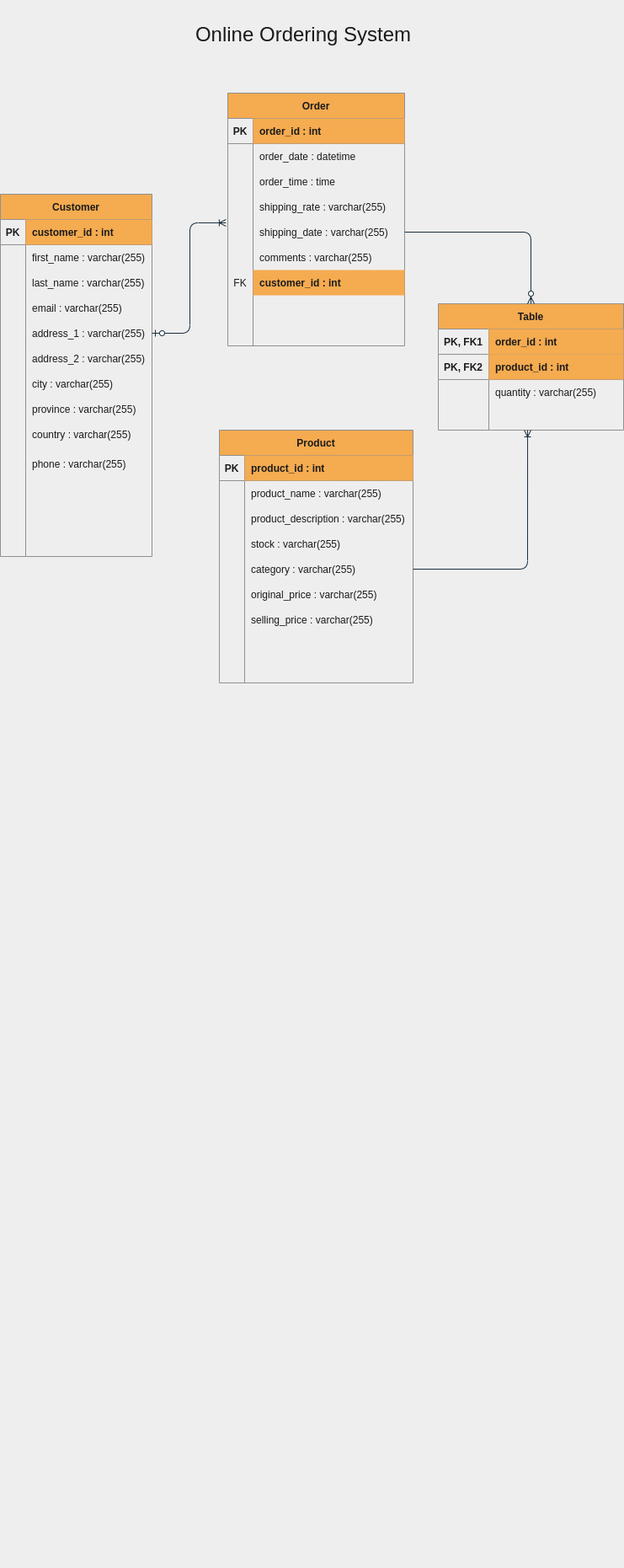
bloomkaboom/pos-dev keeps this draw.io diagram as pos_erd.png. Above is the earlier version. Source tidied: cells renumbered, new cells last; positions are measured from the earlier drawing's top-left corner, leaving out a move shared by most shapes.
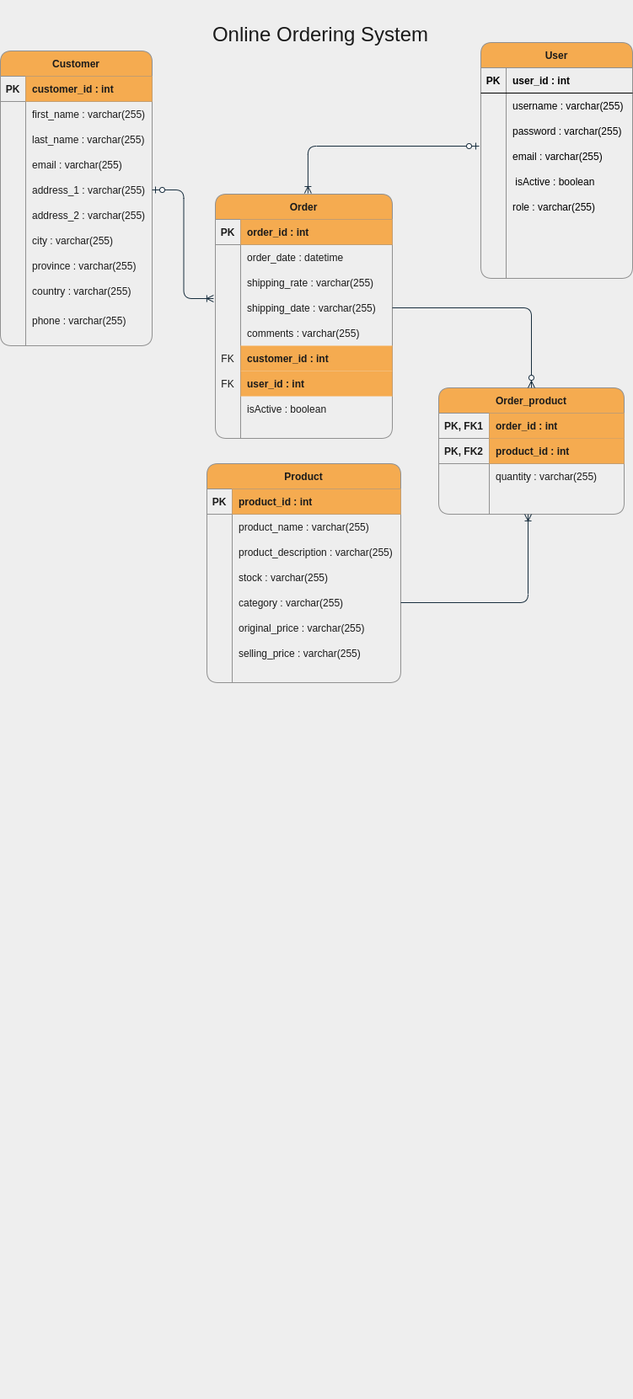
The same file after the commit.

Change to the diagram source:
```diff
@@ -3,10 +3,10 @@
     <mxCell id="0" />
     <mxCell id="1" parent="0" />
     <mxCell id="2" value="&lt;font style=&quot;font-size: 24px&quot;&gt;Online Ordering System&lt;/font&gt;" style="text;html=1;strokeColor=none;fillColor=none;align=center;verticalAlign=middle;whiteSpace=wrap;rounded=0;fontColor=#1A1A1A;" parent="1" vertex="1">
-      <mxGeometry x="170" width="380" height="80" as="geometry" />
+      <mxGeometry x="190" y="200" width="380" height="80" as="geometry" />
     </mxCell>
-    <mxCell id="3" value="Order" style="shape=table;startSize=30;rowLines=0;fontStyle=1;align=center;fillColor=#F5AB50;strokeColor=#909090;fontColor=#1A1A1A;" parent="1" vertex="1">
-      <mxGeometry x="270" y="110" width="210" height="300" as="geometry" />
+    <mxCell id="3" value="Order" style="shape=table;startSize=30;rowLines=0;fontStyle=1;align=center;fillColor=#F5AB50;strokeColor=#909090;fontColor=#1A1A1A;rounded=1;" parent="1" vertex="1">
+      <mxGeometry x="255" y="430" width="210" height="290" as="geometry" />
     </mxCell>
     <mxCell id="4" style="shape=partialRectangle;fillColor=none;top=0;left=0;bottom=1;right=0;strokeColor=#909090;fontColor=#1A1A1A;" parent="3" vertex="1">
       <mxGeometry y="30" width="210" height="30" as="geometry" />
@@ -26,17 +26,8 @@
     <mxCell id="9" value="order_date : datetime" style="shape=partialRectangle;fillColor=none;top=0;left=0;bottom=0;right=0;align=left;spacingLeft=6;overflow=hidden;strokeColor=#909090;fontColor=#1A1A1A;" parent="7" vertex="1">
       <mxGeometry x="30" width="180" height="30" as="geometry" />
     </mxCell>
-    <mxCell id="10" style="shape=partialRectangle;fillColor=none;top=0;left=0;bottom=0;right=0;strokeColor=#909090;fontColor=#1A1A1A;" parent="3" vertex="1">
-      <mxGeometry y="90" width="210" height="30" as="geometry" />
-    </mxCell>
-    <mxCell id="11" style="shape=partialRectangle;fillColor=none;top=0;left=0;bottom=0;right=0;overflow=hidden;strokeColor=#909090;fontColor=#1A1A1A;" parent="10" vertex="1">
-      <mxGeometry width="30" height="30" as="geometry" />
-    </mxCell>
-    <mxCell id="12" value="order_time : time" style="shape=partialRectangle;fillColor=none;top=0;left=0;bottom=0;right=0;align=left;spacingLeft=6;overflow=hidden;strokeColor=#909090;fontColor=#1A1A1A;" parent="10" vertex="1">
-      <mxGeometry x="30" width="180" height="30" as="geometry" />
-    </mxCell>
     <mxCell id="13" style="shape=partialRectangle;fillColor=none;top=0;left=0;bottom=0;right=0;strokeColor=#909090;fontColor=#1A1A1A;" parent="3" vertex="1">
-      <mxGeometry y="120" width="210" height="30" as="geometry" />
+      <mxGeometry y="90" width="210" height="30" as="geometry" />
     </mxCell>
     <mxCell id="14" style="shape=partialRectangle;fillColor=none;top=0;left=0;bottom=0;right=0;overflow=hidden;strokeColor=#909090;fontColor=#1A1A1A;" parent="13" vertex="1">
       <mxGeometry width="30" height="30" as="geometry" />
@@ -45,7 +36,7 @@
       <mxGeometry x="30" width="180" height="30" as="geometry" />
     </mxCell>
     <mxCell id="16" style="shape=partialRectangle;fillColor=none;top=0;left=0;bottom=0;right=0;points=[[0,0.5],[1,0.5]];portConstraint=eastwest;strokeColor=#909090;fontColor=#1A1A1A;" parent="3" vertex="1">
-      <mxGeometry y="150" width="210" height="30" as="geometry" />
+      <mxGeometry y="120" width="210" height="30" as="geometry" />
     </mxCell>
     <mxCell id="17" style="shape=partialRectangle;fillColor=none;top=0;left=0;bottom=0;right=0;overflow=hidden;strokeColor=#909090;fontColor=#1A1A1A;" parent="16" vertex="1">
       <mxGeometry width="30" height="30" as="geometry" />
@@ -54,7 +45,7 @@
       <mxGeometry x="30" width="180" height="30" as="geometry" />
     </mxCell>
     <mxCell id="19" style="shape=partialRectangle;fillColor=none;top=0;left=0;bottom=0;right=0;strokeColor=#909090;fontColor=#1A1A1A;" parent="3" vertex="1">
-      <mxGeometry y="180" width="210" height="30" as="geometry" />
+      <mxGeometry y="150" width="210" height="30" as="geometry" />
     </mxCell>
     <mxCell id="20" style="shape=partialRectangle;fillColor=none;top=0;left=0;bottom=0;right=0;overflow=hidden;strokeColor=#909090;fontColor=#1A1A1A;" parent="19" vertex="1">
       <mxGeometry width="30" height="30" as="geometry" />
@@ -63,7 +54,7 @@
       <mxGeometry x="30" width="180" height="30" as="geometry" />
     </mxCell>
     <mxCell id="22" style="shape=partialRectangle;fillColor=none;top=0;left=0;bottom=0;right=0;strokeColor=#909090;fontColor=#1A1A1A;" parent="3" vertex="1">
-      <mxGeometry y="210" width="210" height="30" as="geometry" />
+      <mxGeometry y="180" width="210" height="30" as="geometry" />
     </mxCell>
     <mxCell id="23" value="FK" style="shape=partialRectangle;fillColor=none;top=0;left=0;bottom=0;right=0;overflow=hidden;strokeColor=#909090;fontColor=#1A1A1A;" parent="22" vertex="1">
       <mxGeometry width="30" height="30" as="geometry" />
@@ -71,8 +62,26 @@
     <mxCell id="24" value="customer_id : int" style="shape=partialRectangle;fillColor=#F5AB50;top=0;left=0;bottom=0;right=0;align=left;spacingLeft=6;overflow=hidden;strokeColor=#909090;fontStyle=1;fontColor=#1A1A1A;" parent="22" vertex="1">
       <mxGeometry x="30" width="180" height="30" as="geometry" />
     </mxCell>
+    <mxCell id="95" style="shape=partialRectangle;fillColor=none;top=0;left=0;bottom=0;right=0;strokeColor=#909090;fontColor=#1A1A1A;" parent="3" vertex="1">
+      <mxGeometry y="210" width="210" height="30" as="geometry" />
+    </mxCell>
+    <mxCell id="96" value="FK" style="shape=partialRectangle;fillColor=none;top=0;left=0;bottom=0;right=0;overflow=hidden;strokeColor=#909090;fontColor=#1A1A1A;" parent="95" vertex="1">
+      <mxGeometry width="30" height="30" as="geometry" />
+    </mxCell>
+    <mxCell id="97" value="user_id : int" style="shape=partialRectangle;fillColor=#F5AB50;top=0;left=0;bottom=0;right=0;align=left;spacingLeft=6;overflow=hidden;strokeColor=#909090;fontStyle=1;fontColor=#1A1A1A;" parent="95" vertex="1">
+      <mxGeometry x="30" width="180" height="30" as="geometry" />
+    </mxCell>
+    <mxCell id="98" style="shape=partialRectangle;fillColor=none;top=0;left=0;bottom=0;right=0;strokeColor=#909090;fontColor=#1A1A1A;" parent="3" vertex="1">
+      <mxGeometry y="240" width="210" height="30" as="geometry" />
+    </mxCell>
+    <mxCell id="11" style="shape=partialRectangle;fillColor=none;top=0;left=0;bottom=0;right=0;overflow=hidden;strokeColor=#909090;fontColor=#1A1A1A;" parent="98" vertex="1">
+      <mxGeometry width="30" height="30" as="geometry" />
+    </mxCell>
+    <mxCell id="99" value="isActive : boolean" style="shape=partialRectangle;fillColor=none;top=0;left=0;bottom=0;right=0;align=left;spacingLeft=6;overflow=hidden;strokeColor=#909090;fontColor=#1A1A1A;" parent="98" vertex="1">
+      <mxGeometry x="30" width="180" height="30" as="geometry" />
+    </mxCell>
-    <mxCell id="25" value="Customer" style="shape=table;startSize=30;rowLines=0;fontStyle=1;align=center;fillColor=#F5AB50;strokeColor=#909090;fontColor=#1A1A1A;" parent="1" vertex="1">
-      <mxGeometry y="230" width="180" height="430" as="geometry" />
+    <mxCell id="25" value="Customer" style="shape=table;startSize=30;rowLines=0;fontStyle=1;align=center;fillColor=#F5AB50;strokeColor=#909090;fontColor=#1A1A1A;rounded=1;" parent="1" vertex="1">
+      <mxGeometry y="260" width="180" height="350" as="geometry" />
     </mxCell>
     <mxCell id="26" style="shape=partialRectangle;fillColor=none;top=0;left=0;bottom=1;right=0;strokeColor=#909090;fontColor=#1A1A1A;" parent="25" vertex="1">
       <mxGeometry y="30" width="180" height="30" as="geometry" />
@@ -164,8 +173,8 @@
     <mxCell id="55" value="phone : varchar(255)" style="shape=partialRectangle;fillColor=none;top=0;left=0;bottom=0;right=0;align=left;spacingLeft=6;overflow=hidden;strokeColor=#909090;fontColor=#1A1A1A;" parent="53" vertex="1">
       <mxGeometry x="30" width="150" height="40" as="geometry" />
     </mxCell>
-    <mxCell id="56" value="Table" style="shape=table;startSize=30;rowLines=0;fontStyle=1;align=center;fillColor=#F5AB50;strokeColor=#909090;fontColor=#1A1A1A;" parent="1" vertex="1">
-      <mxGeometry x="520" y="360" width="220" height="150" as="geometry" />
+    <mxCell id="56" value="Order_product" style="shape=table;startSize=30;rowLines=0;fontStyle=1;align=center;fillColor=#F5AB50;strokeColor=#909090;fontColor=#1A1A1A;sketch=0;rounded=1;" parent="1" vertex="1">
+      <mxGeometry x="520" y="660" width="220" height="150" as="geometry" />
     </mxCell>
     <mxCell id="57" style="shape=partialRectangle;fillColor=none;top=0;left=0;bottom=1;right=0;strokeColor=#909090;fontColor=#1A1A1A;" parent="56" vertex="1">
       <mxGeometry y="30" width="220" height="30" as="geometry" />
@@ -206,8 +215,8 @@
     <mxCell id="69" style="shape=partialRectangle;fillColor=none;top=0;left=0;bottom=0;right=0;overflow=hidden;strokeColor=#909090;fontColor=#1A1A1A;" parent="1" vertex="1">
       <mxGeometry x="95" y="1830" width="30" height="30" as="geometry" />
     </mxCell>
-    <mxCell id="70" value="Product" style="shape=table;startSize=30;rowLines=0;fontStyle=1;align=center;fillColor=#F5AB50;strokeColor=#909090;fontColor=#1A1A1A;" parent="1" vertex="1">
-      <mxGeometry x="260" y="510" width="230" height="300" as="geometry" />
+    <mxCell id="70" value="Product" style="shape=table;startSize=30;rowLines=0;fontStyle=1;align=center;fillColor=#F5AB50;strokeColor=#909090;fontColor=#1A1A1A;rounded=1;" parent="1" vertex="1">
+      <mxGeometry x="245" y="750" width="230" height="260" as="geometry" />
     </mxCell>
     <mxCell id="71" style="shape=partialRectangle;fillColor=none;top=0;left=0;bottom=1;right=0;strokeColor=#909090;fontColor=#1A1A1A;" parent="70" vertex="1">
       <mxGeometry y="30" width="230" height="30" as="geometry" />
@@ -281,5 +290,67 @@
     <mxCell id="94" style="fontSize=12;html=1;endArrow=ERoneToMany;exitX=1;exitY=0.5;exitDx=0;exitDy=0;entryX=0.482;entryY=1;entryDx=0;entryDy=0;edgeStyle=orthogonalEdgeStyle;entryPerimeter=0;elbow=vertical;strokeColor=#182E3E;fontColor=#1A1A1A;labelBackgroundColor=#EEEEEE;" parent="1" edge="1" source="83" target="66">
       <mxGeometry relative="1" as="geometry" />
     </mxCell>
+    <mxCell id="100" value="User" style="shape=table;startSize=30;rowLines=0;fontStyle=1;align=center;rounded=1;sketch=0;strokeColor=#909090;fillColor=#F5AB50;fontColor=#1A1A1A;shadow=0;" parent="1" vertex="1">
+      <mxGeometry x="570" y="250" width="180" height="280" as="geometry" />
+    </mxCell>
+    <mxCell id="101" style="shape=partialRectangle;fillColor=none;top=0;left=0;bottom=1;right=0;" parent="100" vertex="1">
+      <mxGeometry y="30" width="180" height="30" as="geometry" />
+    </mxCell>
+    <mxCell id="102" value="PK" style="shape=partialRectangle;fillColor=none;top=0;left=0;bottom=0;right=0;fontStyle=1;overflow=hidden;" parent="101" vertex="1">
+      <mxGeometry width="30" height="30" as="geometry" />
+    </mxCell>
+    <mxCell id="103" value="user_id : int" style="shape=partialRectangle;fillColor=none;top=0;left=0;bottom=0;right=0;align=left;spacingLeft=6;fontStyle=1;overflow=hidden;" parent="101" vertex="1">
+      <mxGeometry x="30" width="150" height="30" as="geometry" />
+    </mxCell>
+    <mxCell id="104" style="shape=partialRectangle;fillColor=none;top=0;left=0;bottom=0;right=0;" parent="100" vertex="1">
+      <mxGeometry y="60" width="180" height="30" as="geometry" />
+    </mxCell>
+    <mxCell id="105" style="shape=partialRectangle;fillColor=none;top=0;left=0;bottom=0;right=0;overflow=hidden;" parent="104" vertex="1">
+      <mxGeometry width="30" height="30" as="geometry" />
+    </mxCell>
+    <mxCell id="106" value="username : varchar(255)" style="shape=partialRectangle;fillColor=none;top=0;left=0;bottom=0;right=0;align=left;spacingLeft=6;overflow=hidden;" parent="104" vertex="1">
+      <mxGeometry x="30" width="150" height="30" as="geometry" />
+    </mxCell>
+    <mxCell id="107" style="shape=partialRectangle;fillColor=none;top=0;left=0;bottom=0;right=0;" parent="100" vertex="1">
+      <mxGeometry y="90" width="180" height="30" as="geometry" />
+    </mxCell>
+    <mxCell id="108" style="shape=partialRectangle;fillColor=none;top=0;left=0;bottom=0;right=0;overflow=hidden;" parent="107" vertex="1">
+      <mxGeometry width="30" height="30" as="geometry" />
+    </mxCell>
+    <mxCell id="109" value="password : varchar(255)" style="shape=partialRectangle;fillColor=none;top=0;left=0;bottom=0;right=0;align=left;spacingLeft=6;overflow=hidden;" parent="107" vertex="1">
+      <mxGeometry x="30" width="150" height="30" as="geometry" />
+    </mxCell>
+    <mxCell id="110" style="shape=partialRectangle;fillColor=none;top=0;left=0;bottom=0;right=0;points=[[0,0.5],[1,0.5]];portConstraint=eastwest;" parent="100" vertex="1">
+      <mxGeometry y="120" width="180" height="30" as="geometry" />
+    </mxCell>
+    <mxCell id="111" style="shape=partialRectangle;fillColor=none;top=0;left=0;bottom=0;right=0;overflow=hidden;" parent="110" vertex="1">
+      <mxGeometry width="30" height="30" as="geometry" />
+    </mxCell>
+    <mxCell id="112" value="email : varchar(255) " style="shape=partialRectangle;fillColor=none;top=0;left=0;bottom=0;right=0;align=left;spacingLeft=6;overflow=hidden;" parent="110" vertex="1">
+      <mxGeometry x="30" width="150" height="30" as="geometry" />
+    </mxCell>
+    <mxCell id="113" style="shape=partialRectangle;fillColor=none;top=0;left=0;bottom=0;right=0;" parent="100" vertex="1">
+      <mxGeometry y="150" width="180" height="30" as="geometry" />
+    </mxCell>
+    <mxCell id="114" style="shape=partialRectangle;fillColor=none;top=0;left=0;bottom=0;right=0;overflow=hidden;" parent="113" vertex="1">
+      <mxGeometry width="30" height="30" as="geometry" />
+    </mxCell>
+    <mxCell id="115" value=" isActive : boolean" style="shape=partialRectangle;fillColor=none;top=0;left=0;bottom=0;right=0;align=left;spacingLeft=6;overflow=hidden;" parent="113" vertex="1">
+      <mxGeometry x="30" width="150" height="30" as="geometry" />
+    </mxCell>
+    <mxCell id="116" style="shape=partialRectangle;fillColor=none;top=0;left=0;bottom=0;right=0;" parent="100" vertex="1">
+      <mxGeometry y="180" width="180" height="30" as="geometry" />
+    </mxCell>
+    <mxCell id="117" style="shape=partialRectangle;fillColor=none;top=0;left=0;bottom=0;right=0;overflow=hidden;" parent="116" vertex="1">
+      <mxGeometry width="30" height="30" as="geometry" />
+    </mxCell>
+    <mxCell id="118" value="role : varchar(255)" style="shape=partialRectangle;fillColor=none;top=0;left=0;bottom=0;right=0;align=left;spacingLeft=6;overflow=hidden;" parent="116" vertex="1">
+      <mxGeometry x="30" width="150" height="30" as="geometry" />
+    </mxCell>
+    <mxCell id="119" style="fontSize=12;html=1;endArrow=ERoneToMany;startArrow=ERzeroToOne;exitX=-0.011;exitY=0.1;exitDx=0;exitDy=0;entryX=-0.01;entryY=0.133;entryDx=0;entryDy=0;entryPerimeter=0;edgeStyle=orthogonalEdgeStyle;strokeColor=#182E3E;fontColor=#1A1A1A;labelBackgroundColor=#EEEEEE;exitPerimeter=0;" parent="1" edge="1" source="110">
+      <mxGeometry relative="1" as="geometry">
+        <mxPoint x="364.9" y="429" as="targetPoint" />
+      </mxGeometry>
+    </mxCell>
   </root>
 </mxGraphModel>
```
